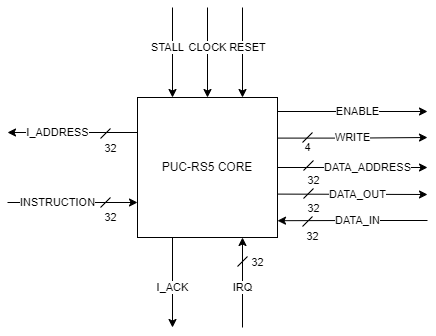
The draw.io diagram imgs/RS5_Interface.png in gaph-pucrs/RS5, before a commit. Source tidied: cells renumbered, new cells last; positions are measured from the earlier drawing's top-left corner, leaving out a move shared by most shapes.
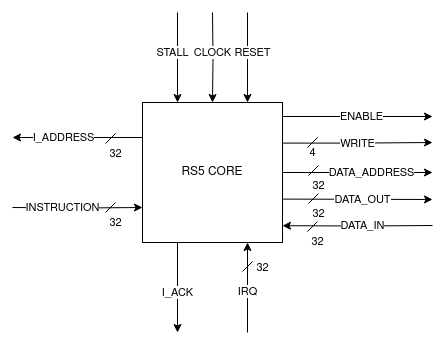
After the change.

Commit message:
Renamed core in images and path in readme.

What changed in the source:
```diff
@@ -37,7 +37,7 @@
         <mxPoint x="420" y="104" as="targetPoint" />
       </mxGeometry>
     </mxCell>
-    <mxCell id="9" value="PUC-RS5 CORE" style="whiteSpace=wrap;html=1;align=center;points=[[0,0,0,0,0],[0,0.25,0,0,0],[0,0.5,0,0,0],[0,0.75,0,0,0],[0,1,0,0,0],[0.25,0,0,0,0],[0.25,1,0,0,0],[0.5,0,0,0,0],[0.5,1,0,0,0],[0.75,0,0,0,0],[0.75,1,0,0,0],[1,0.1,0,0,0],[1,0.29,0,0,0],[1,0.5,0,0,0],[1,0.69,0,0,0],[1,0.88,0,0,0],[1,1,0,0,0]];" parent="1" vertex="1">
+    <mxCell id="9" value="RS5 CORE" style="whiteSpace=wrap;html=1;align=center;points=[[0,0,0,0,0],[0,0.25,0,0,0],[0,0.5,0,0,0],[0,0.75,0,0,0],[0,1,0,0,0],[0.25,0,0,0,0],[0.25,1,0,0,0],[0.5,0,0,0,0],[0.5,1,0,0,0],[0.75,0,0,0,0],[0.75,1,0,0,0],[1,0.1,0,0,0],[1,0.29,0,0,0],[1,0.5,0,0,0],[1,0.69,0,0,0],[1,0.88,0,0,0],[1,1,0,0,0]];" parent="1" vertex="1">
       <mxGeometry x="130" y="90" width="140" height="140" as="geometry" />
     </mxCell>
     <mxCell id="10" value="STALL" style="endArrow=classic;html=1;rounded=0;entryX=0.25;entryY=0;entryDx=0;entryDy=0;edgeStyle=orthogonalEdgeStyle;" parent="1" edge="1" target="9">
```
